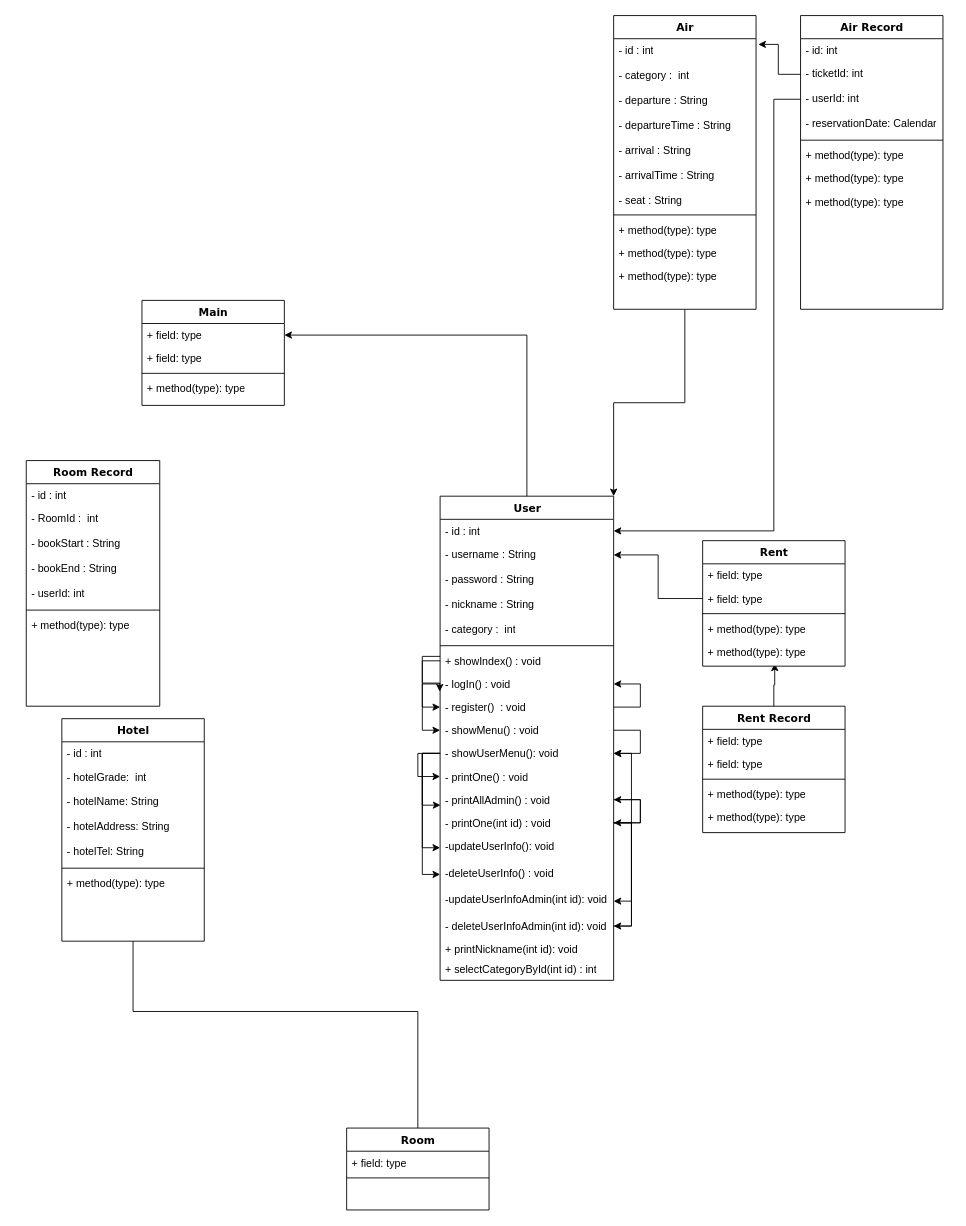
This is 제목 없는 다이어그램.drawio from yunheeversal/Study, a draw.io file, before an edit. Source tidied: cells renumbered, new cells numbered last; positions are measured from the earlier drawing's top-left corner, leaving out a move shared by most shapes. Both pictures are drawn from the tidied source at 89%, with x=0, y=0 at pixel (26, 15).
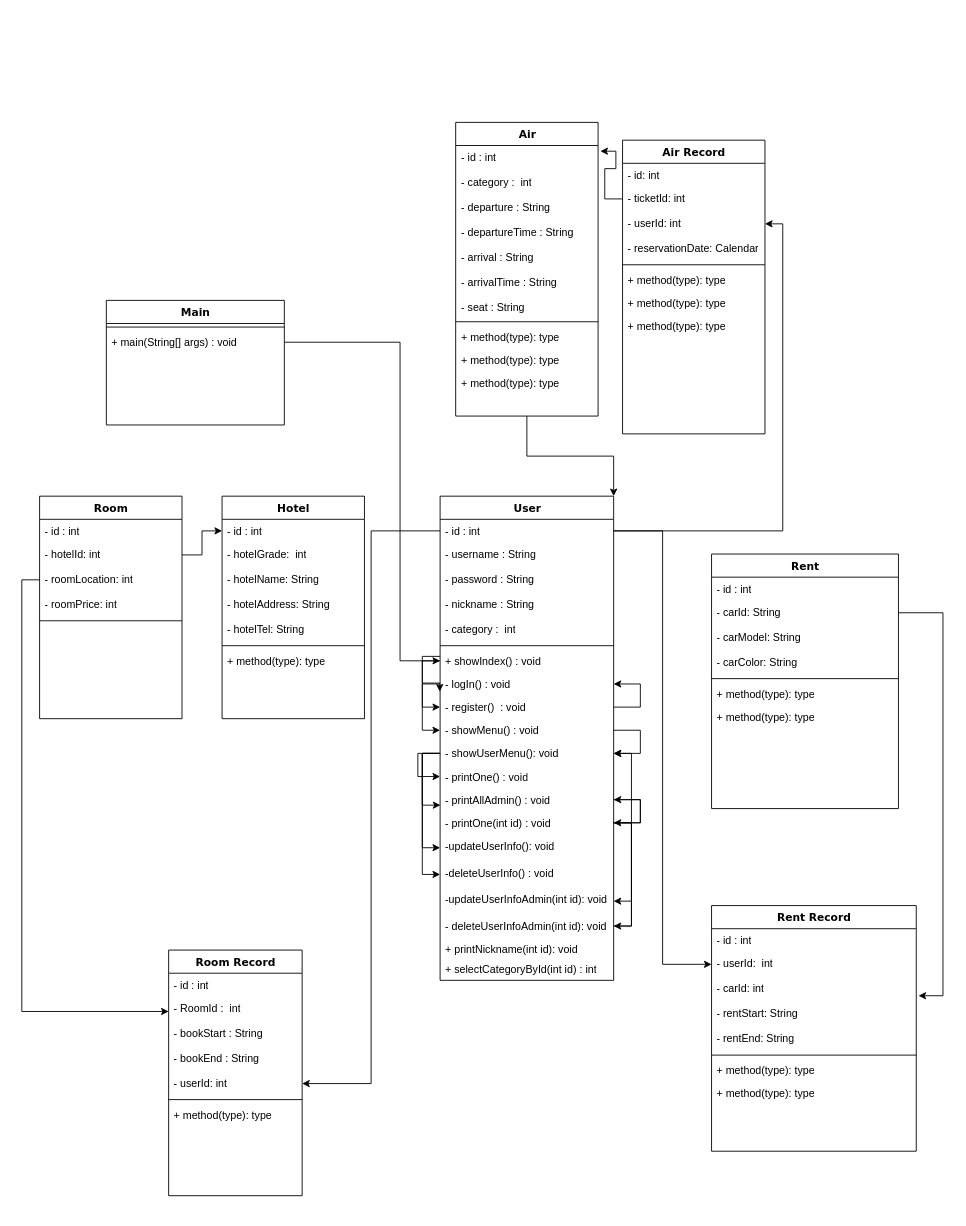
Above is the later version.

Commit message (it also covers changes not shown here):
제목 없는 다이어그램.drawio 업데이트

The change refers to these unchanged cells:
```xml
<mxCell id="7" value="- userId: int&lt;span&gt;&lt;/span&gt;" style="text;html=1;strokeColor=none;fillColor=none;align=left;verticalAlign=top;spacingLeft=4;spacingRight=4;whiteSpace=wrap;overflow=hidden;points=[[0,0.5],[1,0.5]];portConstraint=eastwest;" parent="2" vertex="1">
  <mxGeometry y="136" width="150" height="28" as="geometry" />
</mxCell>
<mxCell id="11" value="User" style="swimlane;html=1;fontStyle=1;align=center;verticalAlign=top;horizontal=1;startSize=26;swimlaneFillColor=#ffffff;rounded=0;shadow=0;comic=0;labelBackgroundColor=none;strokeWidth=1;fillColor=none;fontFamily=Verdana;fontSize=12;" parent="1" vertex="1">
  <mxGeometry x="465" y="540" width="195" height="544" as="geometry" />
</mxCell>
<mxCell id="12" value="- id : int" style="text;html=1;strokeColor=none;fillColor=none;align=left;verticalAlign=top;spacingLeft=4;spacingRight=4;whiteSpace=wrap;overflow=hidden;points=[[0,0.5],[1,0.5]];portConstraint=eastwest;" parent="11" vertex="1">
  <mxGeometry y="26" width="195" height="26" as="geometry" />
</mxCell>
<mxCell id="13" value="- username :&amp;nbsp;String&lt;br&gt;&lt;br&gt;" style="text;html=1;strokeColor=none;fillColor=none;align=left;verticalAlign=top;spacingLeft=4;spacingRight=4;whiteSpace=wrap;overflow=hidden;points=[[0,0.5],[1,0.5]];portConstraint=eastwest;" parent="11" vertex="1">
  <mxGeometry y="52" width="195" height="28" as="geometry" />
</mxCell>
<mxCell id="20" value="+ showIndex() : void" style="text;html=1;strokeColor=none;fillColor=none;align=left;verticalAlign=top;spacingLeft=4;spacingRight=4;whiteSpace=wrap;overflow=hidden;points=[[0,0.5],[1,0.5]];portConstraint=eastwest;" parent="11" vertex="1">
  <mxGeometry y="172" width="195" height="26" as="geometry" />
</mxCell>
<mxCell id="48" value="- userId:&amp;nbsp;int" style="text;html=1;strokeColor=none;fillColor=none;align=left;verticalAlign=top;spacingLeft=4;spacingRight=4;whiteSpace=wrap;overflow=hidden;points=[[0,0.5],[1,0.5]];portConstraint=eastwest;" parent="45" vertex="1">
  <mxGeometry y="80" width="160" height="28" as="geometry" />
</mxCell>
<mxCell id="72" value="- id : int" style="text;html=1;strokeColor=none;fillColor=none;align=left;verticalAlign=top;spacingLeft=4;spacingRight=4;whiteSpace=wrap;overflow=hidden;points=[[0,0.5],[1,0.5]];portConstraint=eastwest;" parent="71" vertex="1">
  <mxGeometry y="26" width="160" height="26" as="geometry" />
</mxCell>
<mxCell id="78" value="+ method(type): type" style="text;html=1;strokeColor=none;fillColor=none;align=left;verticalAlign=top;spacingLeft=4;spacingRight=4;whiteSpace=wrap;overflow=hidden;points=[[0,0.5],[1,0.5]];portConstraint=eastwest;" parent="71" vertex="1">
  <mxGeometry y="172" width="160" height="26" as="geometry" />
</mxCell>
```

What changed in the source:
```diff
@@
     <mxCell id="2" value="Room Record" style="swimlane;html=1;fontStyle=1;align=center;verticalAlign=top;horizontal=1;startSize=26;swimlaneFillColor=#ffffff;rounded=0;shadow=0;comic=0;labelBackgroundColor=none;strokeWidth=1;fillColor=none;fontFamily=Verdana;fontSize=12;" parent="1" vertex="1">
-      <mxGeometry y="500" width="150" height="276" as="geometry" />
+      <mxGeometry x="160" y="1050" width="150" height="276" as="geometry" />
     </mxCell>
@@
-    <mxCell id="10" style="edgeStyle=orthogonalEdgeStyle;rounded=0;jettySize=auto;html=1;entryX=1;entryY=0.5;entryDx=0;entryDy=0;" parent="1" edge="1" source="11" target="93">
-      <mxGeometry relative="1" as="geometry" />
-    </mxCell>
@@
     <mxCell id="45" value="Air Record" style="swimlane;html=1;fontStyle=1;align=center;verticalAlign=top;horizontal=1;startSize=26;swimlaneFillColor=#ffffff;rounded=0;shadow=0;comic=0;labelBackgroundColor=none;strokeWidth=1;fillColor=none;fontFamily=Verdana;fontSize=12;" parent="1" vertex="1">
-      <mxGeometry x="870" width="160" height="330" as="geometry" />
+      <mxGeometry x="670" y="140" width="160" height="330" as="geometry" />
     </mxCell>
@@
-    <mxCell id="54" style="edgeStyle=orthogonalEdgeStyle;rounded=0;jettySize=auto;html=1;exitX=0.5;exitY=0;exitDx=0;exitDy=0;entryX=0.5;entryY=1.038;entryDx=0;entryDy=0;entryPerimeter=0;" parent="1" edge="1" source="55" target="78">
-      <mxGeometry relative="1" as="geometry" />
-    </mxCell>
     <mxCell id="55" value="Room" style="swimlane;html=1;fontStyle=1;align=center;verticalAlign=top;horizontal=1;startSize=26;swimlaneFillColor=#ffffff;rounded=0;shadow=0;comic=0;labelBackgroundColor=none;strokeWidth=1;fillColor=none;fontFamily=Verdana;fontSize=12;" parent="1" vertex="1">
-      <mxGeometry x="360" y="1250" width="160" height="92" as="geometry" />
+      <mxGeometry x="15" y="540" width="160" height="250" as="geometry" />
     </mxCell>
-    <mxCell id="56" value="+ field: type" style="text;html=1;strokeColor=none;fillColor=none;align=left;verticalAlign=top;spacingLeft=4;spacingRight=4;whiteSpace=wrap;overflow=hidden;" parent="55" vertex="1">
-      <mxGeometry y="26" width="160" height="26" as="geometry" />
-    </mxCell>
+    <mxCell id="104" value="- id : int" style="text;html=1;strokeColor=none;fillColor=none;align=left;verticalAlign=top;spacingLeft=4;spacingRight=4;whiteSpace=wrap;overflow=hidden;" parent="55" vertex="1">
+      <mxGeometry y="26" width="160" height="26" as="geometry" />
+    </mxCell>
+    <mxCell id="105" value="- hotelId: int&lt;span&gt;&lt;/span&gt;" style="text;html=1;strokeColor=none;fillColor=none;align=left;verticalAlign=top;spacingLeft=4;spacingRight=4;whiteSpace=wrap;overflow=hidden;points=[[0,0.5],[1,0.5]];portConstraint=eastwest;" parent="55" vertex="1">
+      <mxGeometry y="52" width="160" height="28" as="geometry" />
+    </mxCell>
+    <mxCell id="106" value="- roomLocation:&amp;nbsp;int" style="text;html=1;strokeColor=none;fillColor=none;align=left;verticalAlign=top;spacingLeft=4;spacingRight=4;whiteSpace=wrap;overflow=hidden;points=[[0,0.5],[1,0.5]];portConstraint=eastwest;" parent="55" vertex="1">
+      <mxGeometry y="80" width="160" height="28" as="geometry" />
+    </mxCell>
+    <mxCell id="107" value="- roomPrice: int" style="text;html=1;strokeColor=none;fillColor=none;align=left;verticalAlign=top;spacingLeft=4;spacingRight=4;whiteSpace=wrap;overflow=hidden;" parent="55" vertex="1">
+      <mxGeometry y="108" width="160" height="28" as="geometry" />
+    </mxCell>
     <mxCell id="57" style="line;html=1;strokeWidth=1;fillColor=none;align=left;verticalAlign=middle;spacingTop=-1;spacingLeft=3;spacingRight=3;labelPosition=right;" parent="55" vertex="1">
-      <mxGeometry y="52" width="160" height="8" as="geometry" />
+      <mxGeometry y="136" width="160" height="8" as="geometry" />
     </mxCell>
-    <mxCell id="58" style="edgeStyle=orthogonalEdgeStyle;rounded=0;jettySize=auto;html=1;exitX=0.5;exitY=0;exitDx=0;exitDy=0;entryX=0.506;entryY=1;entryDx=0;entryDy=0;entryPerimeter=0;" parent="1" edge="1" source="59" target="70">
-      <mxGeometry relative="1" as="geometry" />
-    </mxCell>
+    <mxCell id="108" style="edgeStyle=orthogonalEdgeStyle;rounded=0;orthogonalLoop=1;jettySize=auto;html=1;exitX=1;exitY=0.5;exitDx=0;exitDy=0;" parent="55" edge="1" source="105" target="105">
+      <mxGeometry relative="1" as="geometry" />
+    </mxCell>
     <mxCell id="59" value="Rent Record" style="swimlane;html=1;fontStyle=1;align=center;verticalAlign=top;horizontal=1;startSize=26;swimlaneFillColor=#ffffff;rounded=0;shadow=0;comic=0;labelBackgroundColor=none;strokeWidth=1;fillColor=none;fontFamily=Verdana;fontSize=12;" parent="1" vertex="1">
-      <mxGeometry x="760" y="776" width="160" height="142" as="geometry" />
+      <mxGeometry x="770" y="1000" width="230" height="276" as="geometry" />
     </mxCell>
-    <mxCell id="60" value="+ field: type" style="text;html=1;strokeColor=none;fillColor=none;align=left;verticalAlign=top;spacingLeft=4;spacingRight=4;whiteSpace=wrap;overflow=hidden;" parent="59" vertex="1">
-      <mxGeometry y="26" width="160" height="26" as="geometry" />
-    </mxCell>
-    <mxCell id="61" value="+ field: type" style="text;html=1;strokeColor=none;fillColor=none;align=left;verticalAlign=top;spacingLeft=4;spacingRight=4;whiteSpace=wrap;overflow=hidden;" parent="59" vertex="1">
-      <mxGeometry y="52" width="160" height="26" as="geometry" />
-    </mxCell>
+    <mxCell id="109" value="- id : int" style="text;html=1;strokeColor=none;fillColor=none;align=left;verticalAlign=top;spacingLeft=4;spacingRight=4;whiteSpace=wrap;overflow=hidden;" parent="59" vertex="1">
+      <mxGeometry y="26" width="230" height="26" as="geometry" />
+    </mxCell>
+    <mxCell id="110" value="- userId:&amp;nbsp; int" style="text;html=1;strokeColor=none;fillColor=none;align=left;verticalAlign=top;spacingLeft=4;spacingRight=4;whiteSpace=wrap;overflow=hidden;points=[[0,0.5],[1,0.5]];portConstraint=eastwest;" parent="59" vertex="1">
+      <mxGeometry y="52" width="230" height="28" as="geometry" />
+    </mxCell>
+    <mxCell id="111" value="- carId:&amp;nbsp;int&lt;span&gt;&lt;/span&gt;&lt;span&gt;&lt;/span&gt;" style="text;html=1;strokeColor=none;fillColor=none;align=left;verticalAlign=top;spacingLeft=4;spacingRight=4;whiteSpace=wrap;overflow=hidden;points=[[0,0.5],[1,0.5]];portConstraint=eastwest;" parent="59" vertex="1">
+      <mxGeometry y="80" width="230" height="28" as="geometry" />
+    </mxCell>
+    <mxCell id="112" value="- rentStart:&amp;nbsp;String" style="text;html=1;strokeColor=none;fillColor=none;align=left;verticalAlign=top;spacingLeft=4;spacingRight=4;whiteSpace=wrap;overflow=hidden;" parent="59" vertex="1">
+      <mxGeometry y="108" width="230" height="28" as="geometry" />
+    </mxCell>
+    <mxCell id="113" value="- rentEnd:&amp;nbsp;String&lt;br&gt;" style="text;html=1;strokeColor=none;fillColor=none;align=left;verticalAlign=top;spacingLeft=4;spacingRight=4;whiteSpace=wrap;overflow=hidden;" parent="59" vertex="1">
+      <mxGeometry y="136" width="230" height="28" as="geometry" />
+    </mxCell>
     <mxCell id="62" style="line;html=1;strokeWidth=1;fillColor=none;align=left;verticalAlign=middle;spacingTop=-1;spacingLeft=3;spacingRight=3;labelPosition=right;" parent="59" vertex="1">
-      <mxGeometry y="78" width="160" height="8" as="geometry" />
+      <mxGeometry y="164" width="230" height="8" as="geometry" />
     </mxCell>
     <mxCell id="63" value="+ method(type): type" style="text;html=1;strokeColor=none;fillColor=none;align=left;verticalAlign=top;spacingLeft=4;spacingRight=4;whiteSpace=wrap;overflow=hidden;" parent="59" vertex="1">
-      <mxGeometry y="86" width="160" height="26" as="geometry" />
+      <mxGeometry y="172" width="230" height="26" as="geometry" />
     </mxCell>
     <mxCell id="64" value="+ method(type): type" style="text;html=1;strokeColor=none;fillColor=none;align=left;verticalAlign=top;spacingLeft=4;spacingRight=4;whiteSpace=wrap;overflow=hidden;" parent="59" vertex="1">
-      <mxGeometry y="112" width="160" height="26" as="geometry" />
+      <mxGeometry y="198" width="230" height="26" as="geometry" />
     </mxCell>
     <mxCell id="65" value="Rent" style="swimlane;html=1;fontStyle=1;align=center;verticalAlign=top;horizontal=1;startSize=26;swimlaneFillColor=#ffffff;rounded=0;shadow=0;comic=0;labelBackgroundColor=none;strokeWidth=1;fillColor=none;fontFamily=Verdana;fontSize=12;" parent="1" vertex="1">
-      <mxGeometry x="760" y="590" width="160" height="141" as="geometry" />
+      <mxGeometry x="770" y="605" width="210" height="286" as="geometry" />
     </mxCell>
-    <mxCell id="66" value="+ field: type" style="text;html=1;strokeColor=none;fillColor=none;align=left;verticalAlign=top;spacingLeft=4;spacingRight=4;whiteSpace=wrap;overflow=hidden;" parent="65" vertex="1">
-      <mxGeometry y="26" width="160" height="26" as="geometry" />
-    </mxCell>
-    <mxCell id="67" value="+ field: type" style="text;html=1;strokeColor=none;fillColor=none;align=left;verticalAlign=top;spacingLeft=4;spacingRight=4;whiteSpace=wrap;overflow=hidden;points=[[0,0.5],[1,0.5]];portConstraint=eastwest;" parent="65" vertex="1">
-      <mxGeometry y="52" width="160" height="26" as="geometry" />
-    </mxCell>
+    <mxCell id="114" value="- id : int" style="text;html=1;strokeColor=none;fillColor=none;align=left;verticalAlign=top;spacingLeft=4;spacingRight=4;whiteSpace=wrap;overflow=hidden;" parent="65" vertex="1">
+      <mxGeometry y="26" width="210" height="26" as="geometry" />
+    </mxCell>
+    <mxCell id="115" value="- carId:&amp;nbsp;String&lt;span&gt; &lt;/span&gt;&lt;span&gt; &lt;/span&gt;" style="text;html=1;strokeColor=none;fillColor=none;align=left;verticalAlign=top;spacingLeft=4;spacingRight=4;whiteSpace=wrap;overflow=hidden;points=[[0,0.5],[1,0.5]];portConstraint=eastwest;" parent="65" vertex="1">
+      <mxGeometry y="52" width="210" height="28" as="geometry" />
+    </mxCell>
+    <mxCell id="116" value="- carModel:&amp;nbsp;String" style="text;html=1;strokeColor=none;fillColor=none;align=left;verticalAlign=top;spacingLeft=4;spacingRight=4;whiteSpace=wrap;overflow=hidden;" parent="65" vertex="1">
+      <mxGeometry y="80" width="210" height="28" as="geometry" />
+    </mxCell>
+    <mxCell id="117" value="- carColor:&amp;nbsp;String&lt;br&gt;" style="text;html=1;strokeColor=none;fillColor=none;align=left;verticalAlign=top;spacingLeft=4;spacingRight=4;whiteSpace=wrap;overflow=hidden;" parent="65" vertex="1">
+      <mxGeometry y="108" width="210" height="28" as="geometry" />
+    </mxCell>
     <mxCell id="68" style="line;html=1;strokeWidth=1;fillColor=none;align=left;verticalAlign=middle;spacingTop=-1;spacingLeft=3;spacingRight=3;labelPosition=right;" parent="65" vertex="1">
-      <mxGeometry y="78" width="160" height="8" as="geometry" />
+      <mxGeometry y="136" width="210" height="8" as="geometry" />
     </mxCell>
     <mxCell id="69" value="+ method(type): type" style="text;html=1;strokeColor=none;fillColor=none;align=left;verticalAlign=top;spacingLeft=4;spacingRight=4;whiteSpace=wrap;overflow=hidden;" parent="65" vertex="1">
-      <mxGeometry y="86" width="160" height="26" as="geometry" />
+      <mxGeometry y="144" width="210" height="26" as="geometry" />
     </mxCell>
     <mxCell id="70" value="+ method(type): type" style="text;html=1;strokeColor=none;fillColor=none;align=left;verticalAlign=top;spacingLeft=4;spacingRight=4;whiteSpace=wrap;overflow=hidden;points=[[0,0.5],[1,0.5]];portConstraint=eastwest;" parent="65" vertex="1">
-      <mxGeometry y="112" width="160" height="26" as="geometry" />
+      <mxGeometry y="170" width="210" height="26" as="geometry" />
     </mxCell>
     <mxCell id="71" value="Hotel" style="swimlane;html=1;fontStyle=1;align=center;verticalAlign=top;horizontal=1;startSize=26;swimlaneFillColor=#ffffff;rounded=0;shadow=0;comic=0;labelBackgroundColor=none;strokeWidth=1;fillColor=none;fontFamily=Verdana;fontSize=12;" parent="1" vertex="1">
-      <mxGeometry x="40" y="790" width="160" height="250" as="geometry" />
+      <mxGeometry x="220" y="540" width="160" height="250" as="geometry" />
     </mxCell>
@@
     <mxCell id="80" value="Air" style="swimlane;html=1;fontStyle=1;align=center;verticalAlign=top;horizontal=1;startSize=26;swimlaneFillColor=#ffffff;rounded=0;shadow=0;comic=0;labelBackgroundColor=none;strokeWidth=1;fillColor=none;fontFamily=Verdana;fontSize=12;" parent="1" vertex="1">
-      <mxGeometry x="660" width="160" height="330" as="geometry" />
+      <mxGeometry x="482.5" y="120" width="160" height="330" as="geometry" />
     </mxCell>
@@
     <mxCell id="92" value="Main" style="swimlane;html=1;fontStyle=1;align=center;verticalAlign=top;horizontal=1;startSize=26;swimlaneFillColor=#ffffff;rounded=0;shadow=0;comic=0;labelBackgroundColor=none;strokeWidth=1;fillColor=none;fontFamily=Verdana;fontSize=12;" parent="1" vertex="1">
-      <mxGeometry x="130" y="320" width="160" height="118" as="geometry" />
+      <mxGeometry x="90" y="320" width="200" height="140" as="geometry" />
     </mxCell>
-    <mxCell id="93" value="+ field: type" style="text;html=1;strokeColor=none;fillColor=none;align=left;verticalAlign=top;spacingLeft=4;spacingRight=4;whiteSpace=wrap;overflow=hidden;points=[[0,0.5],[1,0.5]];portConstraint=eastwest;" parent="92" vertex="1">
-      <mxGeometry y="26" width="160" height="26" as="geometry" />
-    </mxCell>
-    <mxCell id="94" value="+ field: type" style="text;html=1;strokeColor=none;fillColor=none;align=left;verticalAlign=top;spacingLeft=4;spacingRight=4;whiteSpace=wrap;overflow=hidden;" parent="92" vertex="1">
-      <mxGeometry y="52" width="160" height="26" as="geometry" />
-    </mxCell>
     <mxCell id="95" style="line;html=1;strokeWidth=1;fillColor=none;align=left;verticalAlign=middle;spacingTop=-1;spacingLeft=3;spacingRight=3;labelPosition=right;" parent="92" vertex="1">
-      <mxGeometry y="78" width="160" height="8" as="geometry" />
+      <mxGeometry y="26" width="200" height="8" as="geometry" />
     </mxCell>
-    <mxCell id="96" value="+ method(type): type" style="text;html=1;strokeColor=none;fillColor=none;align=left;verticalAlign=top;spacingLeft=4;spacingRight=4;whiteSpace=wrap;overflow=hidden;points=[[0,0.5],[1,0.5]];portConstraint=eastwest;" parent="92" vertex="1">
-      <mxGeometry y="86" width="160" height="26" as="geometry" />
+    <mxCell id="96" value="+ main(String[] args) : void" style="text;html=1;strokeColor=none;fillColor=none;align=left;verticalAlign=top;spacingLeft=4;spacingRight=4;whiteSpace=wrap;overflow=hidden;points=[[0,0.5],[1,0.5]];portConstraint=eastwest;" parent="92" vertex="1">
+      <mxGeometry y="34" width="200" height="26" as="geometry" />
     </mxCell>
@@
-    <mxCell id="99" style="edgeStyle=orthogonalEdgeStyle;rounded=0;jettySize=auto;html=1;" parent="1" edge="1" source="67" target="13">
-      <mxGeometry relative="1" as="geometry" />
-    </mxCell>
@@
-    <mxCell id="103" style="edgeStyle=orthogonalEdgeStyle;rounded=0;jettySize=auto;html=1;exitX=0;exitY=0.5;exitDx=0;exitDy=0;entryX=1;entryY=0.5;entryDx=0;entryDy=0;" parent="1" edge="1" source="48" target="12">
-      <mxGeometry relative="1" as="geometry">
-        <Array as="points">
-          <mxPoint x="840" y="94" />
-          <mxPoint x="840" y="579" />
-        </Array>
-      </mxGeometry>
-    </mxCell>
+    <mxCell id="118" style="edgeStyle=orthogonalEdgeStyle;rounded=0;jettySize=auto;html=1;exitX=0;exitY=0.5;exitDx=0;exitDy=0;entryX=0;entryY=0.25;entryDx=0;entryDy=0;" parent="1" edge="1" source="106" target="2">
+      <mxGeometry relative="1" as="geometry" />
+    </mxCell>
+    <mxCell id="119" style="edgeStyle=orthogonalEdgeStyle;rounded=0;jettySize=auto;html=1;exitX=1;exitY=0.5;exitDx=0;exitDy=0;" parent="1" edge="1" source="105" target="72">
+      <mxGeometry relative="1" as="geometry" />
+    </mxCell>
+    <mxCell id="120" style="edgeStyle=orthogonalEdgeStyle;rounded=0;jettySize=auto;html=1;exitX=1;exitY=0.5;exitDx=0;exitDy=0;entryX=1.011;entryY=0.761;entryDx=0;entryDy=0;entryPerimeter=0;" parent="1" edge="1" source="115" target="111">
+      <mxGeometry relative="1" as="geometry">
+        <Array as="points">
+          <mxPoint x="1030" y="671" />
+          <mxPoint x="1030" y="1101" />
+        </Array>
+      </mxGeometry>
+    </mxCell>
+    <mxCell id="121" style="edgeStyle=orthogonalEdgeStyle;rounded=0;jettySize=auto;html=1;exitX=1;exitY=0.5;exitDx=0;exitDy=0;" parent="1" edge="1" source="12" target="110">
+      <mxGeometry relative="1" as="geometry" />
+    </mxCell>
+    <mxCell id="122" style="edgeStyle=orthogonalEdgeStyle;rounded=0;jettySize=auto;html=1;exitX=0;exitY=0.5;exitDx=0;exitDy=0;entryX=1;entryY=0.5;entryDx=0;entryDy=0;" parent="1" edge="1" source="12" target="7">
+      <mxGeometry relative="1" as="geometry" />
+    </mxCell>
+    <mxCell id="123" style="edgeStyle=orthogonalEdgeStyle;rounded=0;jettySize=auto;html=1;exitX=1;exitY=0.5;exitDx=0;exitDy=0;" parent="1" edge="1" source="96" target="20">
+      <mxGeometry relative="1" as="geometry">
+        <Array as="points">
+          <mxPoint x="420" y="367" />
+          <mxPoint x="420" y="725" />
+        </Array>
+      </mxGeometry>
+    </mxCell>
+    <mxCell id="124" style="edgeStyle=orthogonalEdgeStyle;rounded=0;jettySize=auto;html=1;exitX=1;exitY=0.5;exitDx=0;exitDy=0;entryX=1;entryY=0.5;entryDx=0;entryDy=0;" parent="1" edge="1" source="12" target="48">
+      <mxGeometry relative="1" as="geometry" />
+    </mxCell>
```
